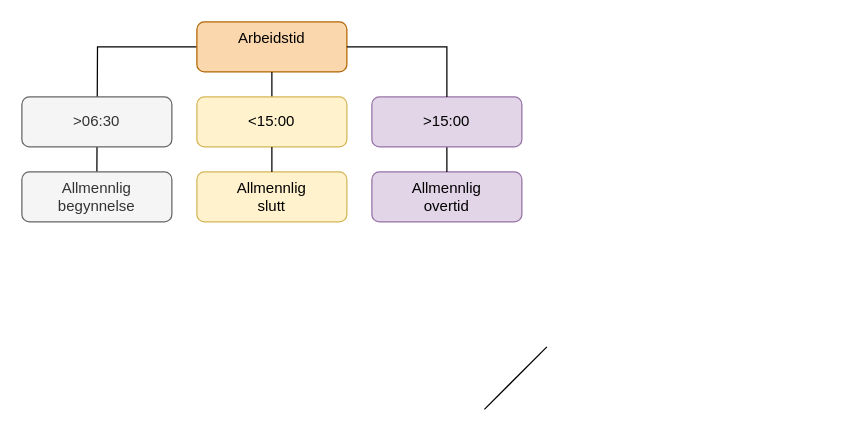
The draw.io diagram flytskjema.drawio in p3k4/Skewl, before the edit. Source tidied: cells renumbered, new cells numbered last; positions are measured from the earlier drawing's top-left corner, leaving out a move shared by most shapes. Both pictures are drawn from the tidied source at 125%, with x=0, y=0 at pixel (21, 21).
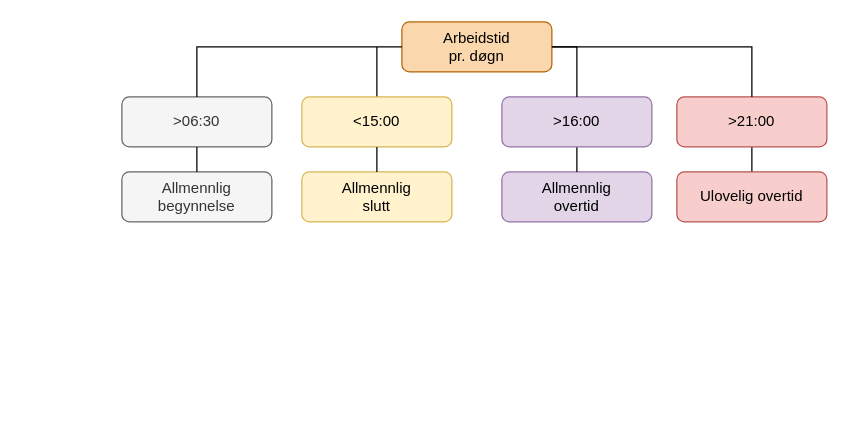
The same diagram, later.

What changed in the source:
```diff
@@
-    <mxCell id="2" style="edgeStyle=orthogonalEdgeStyle;rounded=0;jettySize=auto;html=1;exitX=0;exitY=0.5;exitDx=0;exitDy=0;endArrow=none;endFill=0;" parent="1" edge="1" source="3">
-      <mxGeometry relative="1" as="geometry">
-        <mxPoint x="60" y="120" as="targetPoint" />
-      </mxGeometry>
-    </mxCell>
-    <mxCell id="3" value="&lt;div&gt;Arbeidstid&lt;/div&gt;&lt;div&gt;&lt;br&gt;&lt;/div&gt;" style="rounded=1;whiteSpace=wrap;html=1;fillColor=#fad7ac;strokeColor=#b46504;" parent="1" vertex="1">
-      <mxGeometry x="140" width="120" height="40" as="geometry" />
+    <mxCell id="3" value="&lt;div&gt;Arbeidstid&lt;/div&gt;pr. døgn" style="rounded=1;whiteSpace=wrap;html=1;fillColor=#fad7ac;strokeColor=#b46504;" parent="1" vertex="1">
+      <mxGeometry x="304" width="120" height="40" as="geometry" />
     </mxCell>
-    <mxCell id="4" value="&amp;gt;06:30" style="rounded=1;whiteSpace=wrap;html=1;fillColor=#f5f5f5;fontColor=#333333;strokeColor=#666666;" parent="1" vertex="1">
-      <mxGeometry y="60" width="120" height="40" as="geometry" />
-    </mxCell>
-    <mxCell id="5" style="endArrow=none;html=1;rounded=0;" parent="1" edge="1">
-      <mxGeometry relative="1" as="geometry">
-        <mxPoint x="370" y="310" as="sourcePoint" />
-        <mxPoint x="420" y="260" as="targetPoint" />
-      </mxGeometry>
+    <mxCell id="5" style="endArrow=none;html=1;rounded=0;entryX=0.5;entryY=1;entryDx=0;entryDy=0;exitX=0.5;exitY=0;exitDx=0;exitDy=0;" parent="1" edge="1" source="15" target="16">
+      <mxGeometry relative="1" as="geometry" />
     </mxCell>
     <mxCell id="6" value="&lt;div&gt;Allmennlig &lt;br&gt;&lt;/div&gt;&lt;div&gt;begynnelse&lt;br&gt;&lt;/div&gt;" style="rounded=1;whiteSpace=wrap;html=1;fillColor=#f5f5f5;fontColor=#333333;strokeColor=#666666;" parent="1" vertex="1">
-      <mxGeometry y="120" width="120" height="40" as="geometry" />
+      <mxGeometry x="80" y="120" width="120" height="40" as="geometry" />
     </mxCell>
     <mxCell id="7" value="&lt;div&gt;Allmennlig&lt;/div&gt;&lt;div&gt;slutt&lt;/div&gt;" style="rounded=1;whiteSpace=wrap;html=1;fillColor=#fff2cc;strokeColor=#d6b656;" parent="1" vertex="1">
-      <mxGeometry x="140" y="120" width="120" height="40" as="geometry" />
+      <mxGeometry x="224" y="120" width="120" height="40" as="geometry" />
     </mxCell>
     <mxCell id="8" value="&lt;div&gt;Allmennlig&lt;/div&gt;&lt;div&gt;overtid&lt;br&gt;&lt;/div&gt;" style="rounded=1;whiteSpace=wrap;html=1;fillColor=#e1d5e7;strokeColor=#9673a6;" parent="1" vertex="1">
-      <mxGeometry x="280" y="120" width="120" height="40" as="geometry" />
+      <mxGeometry x="384" y="120" width="120" height="40" as="geometry" />
     </mxCell>
-    <mxCell id="9" style="endArrow=none;html=1;rounded=0;entryX=0.5;entryY=1;entryDx=0;entryDy=0;startArrow=none;startFill=1;exitX=0.5;exitY=0;exitDx=0;exitDy=0;" parent="1" edge="1" source="10" target="3">
-      <mxGeometry relative="1" as="geometry" />
+    <mxCell id="9" style="endArrow=none;html=1;rounded=0;startArrow=none;startFill=1;exitX=0.5;exitY=0;exitDx=0;exitDy=0;" parent="1" edge="1" source="10">
+      <mxGeometry relative="1" as="geometry">
+        <mxPoint x="284" y="20" as="targetPoint" />
+      </mxGeometry>
     </mxCell>
     <mxCell id="10" value="&amp;lt;15:00" style="rounded=1;whiteSpace=wrap;html=1;fillColor=#fff2cc;strokeColor=#d6b656;" parent="1" vertex="1">
-      <mxGeometry x="140" y="60" width="120" height="40" as="geometry" />
+      <mxGeometry x="224" y="60" width="120" height="40" as="geometry" />
     </mxCell>
@@
     <mxCell id="12" style="edgeStyle=orthogonalEdgeStyle;rounded=0;jettySize=auto;html=1;entryX=0.5;entryY=0;entryDx=0;entryDy=0;startArrow=none;exitX=0.5;exitY=1;exitDx=0;exitDy=0;endArrow=none;endFill=0;" parent="1" edge="1" source="13" target="8">
       <mxGeometry relative="1" as="geometry">
         <Array as="points">
-          <mxPoint x="340" y="90" />
-          <mxPoint x="340" y="90" />
+          <mxPoint x="444" y="90" />
+          <mxPoint x="444" y="90" />
         </Array>
       </mxGeometry>
     </mxCell>
-    <mxCell id="13" value="&amp;gt;15:00" style="rounded=1;whiteSpace=wrap;html=1;fillColor=#e1d5e7;strokeColor=#9673a6;" parent="1" vertex="1">
-      <mxGeometry x="280" y="60" width="120" height="40" as="geometry" />
+    <mxCell id="13" value="&amp;gt;16:00" style="rounded=1;whiteSpace=wrap;html=1;fillColor=#e1d5e7;strokeColor=#9673a6;" parent="1" vertex="1">
+      <mxGeometry x="384" y="60" width="120" height="40" as="geometry" />
     </mxCell>
@@
+    <mxCell id="15" value="Ulovelig overtid" style="rounded=1;whiteSpace=wrap;html=1;fillColor=#f8cecc;strokeColor=#b85450;" parent="1" vertex="1">
+      <mxGeometry x="524" y="120" width="120" height="40" as="geometry" />
+    </mxCell>
+    <mxCell id="16" value="&lt;div&gt;&amp;gt;21:00&lt;/div&gt;" style="rounded=1;whiteSpace=wrap;html=1;fillColor=#f8cecc;strokeColor=#b85450;" parent="1" vertex="1">
+      <mxGeometry x="524" y="60" width="120" height="40" as="geometry" />
+    </mxCell>
+    <mxCell id="17" style="edgeStyle=orthogonalEdgeStyle;rounded=0;jettySize=auto;html=1;exitX=1;exitY=0.5;exitDx=0;exitDy=0;entryX=0.5;entryY=0;entryDx=0;entryDy=0;endArrow=none;" parent="1" edge="1" source="3" target="16">
+      <mxGeometry relative="1" as="geometry" />
+    </mxCell>
+    <mxCell id="4" value="&amp;gt;06:30" style="rounded=1;whiteSpace=wrap;html=1;fillColor=#f5f5f5;fontColor=#333333;strokeColor=#666666;" parent="1" vertex="1">
+      <mxGeometry x="80" y="60" width="120" height="40" as="geometry" />
+    </mxCell>
+    <mxCell id="18" style="edgeStyle=orthogonalEdgeStyle;rounded=0;jettySize=auto;html=1;exitX=0;exitY=0.5;exitDx=0;exitDy=0;endArrow=none;endFill=0;entryX=0.5;entryY=0;entryDx=0;entryDy=0;" parent="1" edge="1" source="3" target="4">
+      <mxGeometry relative="1" as="geometry" />
+    </mxCell>
+    <mxCell id="19" style="endArrow=none;html=1;rounded=0;entryX=0.5;entryY=1;entryDx=0;entryDy=0;exitX=0.5;exitY=0;exitDx=0;exitDy=0;" parent="1" edge="1" source="6" target="4">
+      <mxGeometry relative="1" as="geometry" />
+    </mxCell>
```
